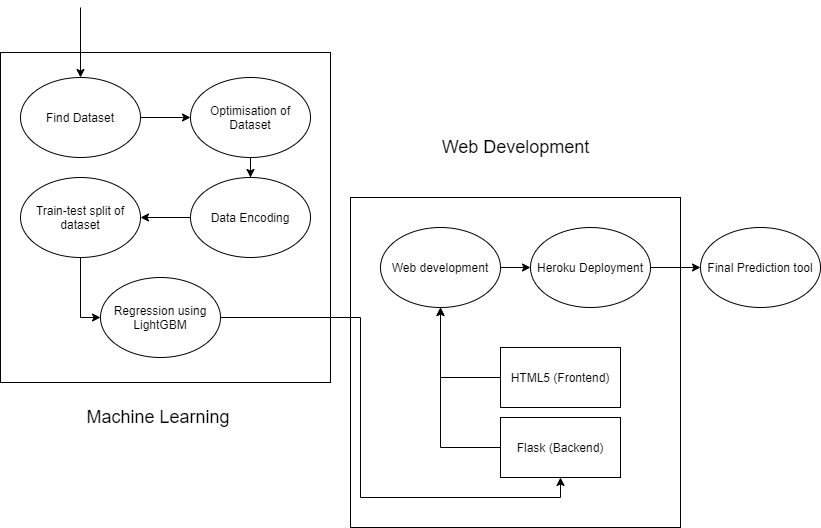
Before: Design.png, a diagram exported from draw.io (Arjun-Gopinath/Price-Foreteller-for-Preowned-Cars). Source tidied: cells renumbered, new cells last; positions are measured from the earlier drawing's top-left corner, leaving out a move shared by most shapes.
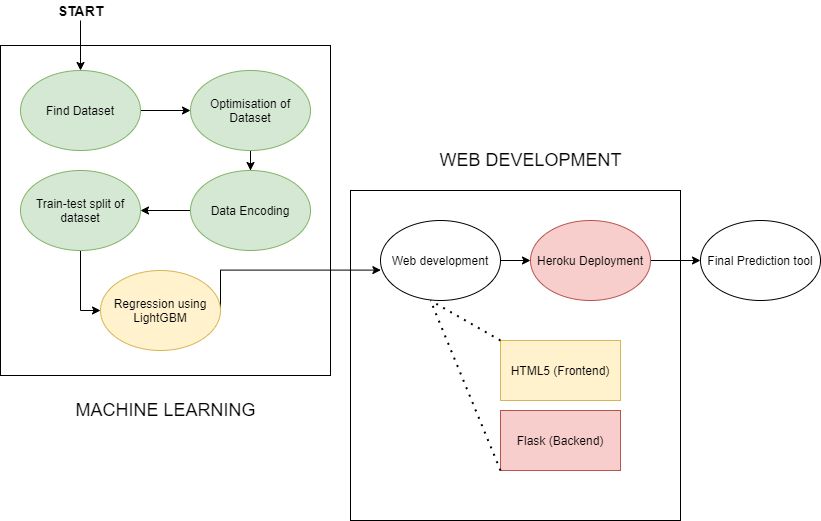
The same file after the commit.

What changed in the source:
```diff
@@ -11,31 +11,35 @@
     <mxCell id="4" style="edgeStyle=orthogonalEdgeStyle;rounded=0;jettySize=auto;html=1;" parent="1" edge="1" source="5" target="7">
       <mxGeometry relative="1" as="geometry" />
     </mxCell>
-    <mxCell id="5" value="Find Dataset" style="ellipse;whiteSpace=wrap;html=1;" parent="1" vertex="1">
+    <mxCell id="5" value="Find Dataset" style="ellipse;whiteSpace=wrap;html=1;fillColor=#d5e8d4;strokeColor=#82b366;" parent="1" vertex="1">
       <mxGeometry x="20" y="70" width="120" height="80" as="geometry" />
     </mxCell>
     <mxCell id="6" style="edgeStyle=orthogonalEdgeStyle;rounded=0;jettySize=auto;html=1;" parent="1" edge="1" source="7" target="9">
       <mxGeometry relative="1" as="geometry" />
     </mxCell>
-    <mxCell id="7" value="Optimisation of Dataset&lt;span style=&quot;color: rgba(0 , 0 , 0 , 0) ; font-family: monospace ; font-size: 0px&quot;&gt;%3CmxGraphModel%3E%3Croot%3E%3CmxCell%20id%3D%220%22%2F%3E%3CmxCell%20id%3D%221%22%20parent%3D%220%22%2F%3E%3CmxCell%20id%3D%222%22%20value%3D%22Find%20Dataset%22%20style%3D%22ellipse%3BwhiteSpace%3Dwrap%3Bhtml%3D1%3B%22%20vertex%3D%221%22%20parent%3D%221%22%3E%3CmxGeometry%20x%3D%22125%22%20y%3D%2280%22%20width%3D%22120%22%20height%3D%2280%22%20as%3D%22geometry%22%2F%3E%3C%2FmxCell%3E%3C%2Froot%3E%3C%2FmxGraphModel%3E&lt;/span&gt;" style="ellipse;whiteSpace=wrap;html=1;" parent="1" vertex="1">
+    <mxCell id="7" value="Optimisation of Dataset&lt;span style=&quot;color: rgba(0 , 0 , 0 , 0) ; font-family: monospace ; font-size: 0px&quot;&gt;%3CmxGraphModel%3E%3Croot%3E%3CmxCell%20id%3D%220%22%2F%3E%3CmxCell%20id%3D%221%22%20parent%3D%220%22%2F%3E%3CmxCell%20id%3D%222%22%20value%3D%22Find%20Dataset%22%20style%3D%22ellipse%3BwhiteSpace%3Dwrap%3Bhtml%3D1%3B%22%20vertex%3D%221%22%20parent%3D%221%22%3E%3CmxGeometry%20x%3D%22125%22%20y%3D%2280%22%20width%3D%22120%22%20height%3D%2280%22%20as%3D%22geometry%22%2F%3E%3C%2FmxCell%3E%3C%2Froot%3E%3C%2FmxGraphModel%3E&lt;/span&gt;" style="ellipse;whiteSpace=wrap;html=1;fillColor=#d5e8d4;strokeColor=#82b366;" parent="1" vertex="1">
       <mxGeometry x="190" y="70" width="120" height="80" as="geometry" />
     </mxCell>
     <mxCell id="8" style="edgeStyle=orthogonalEdgeStyle;rounded=0;jettySize=auto;html=1;entryX=1;entryY=0.5;entryDx=0;entryDy=0;" parent="1" edge="1" source="9" target="11">
       <mxGeometry relative="1" as="geometry" />
     </mxCell>
-    <mxCell id="9" value="Data Encoding" style="ellipse;whiteSpace=wrap;html=1;" parent="1" vertex="1">
+    <mxCell id="9" value="Data Encoding" style="ellipse;whiteSpace=wrap;html=1;fillColor=#d5e8d4;strokeColor=#82b366;" parent="1" vertex="1">
       <mxGeometry x="190" y="170" width="120" height="80" as="geometry" />
     </mxCell>
     <mxCell id="10" style="edgeStyle=orthogonalEdgeStyle;rounded=0;jettySize=auto;html=1;entryX=0;entryY=0.5;entryDx=0;entryDy=0;" parent="1" edge="1" source="11" target="13">
       <mxGeometry relative="1" as="geometry" />
     </mxCell>
-    <mxCell id="11" value="Train-test split of dataset" style="ellipse;whiteSpace=wrap;html=1;" parent="1" vertex="1">
+    <mxCell id="11" value="Train-test split of dataset" style="ellipse;whiteSpace=wrap;html=1;fillColor=#d5e8d4;strokeColor=#82b366;" parent="1" vertex="1">
       <mxGeometry x="20" y="170" width="120" height="80" as="geometry" />
     </mxCell>
-    <mxCell id="12" style="edgeStyle=orthogonalEdgeStyle;rounded=0;jettySize=auto;html=1;exitX=1;exitY=0.5;exitDx=0;exitDy=0;entryX=0.5;entryY=1;entryDx=0;entryDy=0;" parent="1" edge="1" source="13" target="21">
-      <mxGeometry relative="1" as="geometry" />
+    <mxCell id="12" style="edgeStyle=orthogonalEdgeStyle;rounded=0;jettySize=auto;html=1;exitX=1;exitY=0.5;exitDx=0;exitDy=0;entryX=0.003;entryY=0.62;entryDx=0;entryDy=0;entryPerimeter=0;" parent="1" edge="1" source="13" target="15">
+      <mxGeometry relative="1" as="geometry">
+        <Array as="points">
+          <mxPoint x="220" y="270" />
+        </Array>
+      </mxGeometry>
     </mxCell>
-    <mxCell id="13" value="Regression using LightGBM" style="ellipse;whiteSpace=wrap;html=1;" parent="1" vertex="1">
+    <mxCell id="13" value="Regression using LightGBM" style="ellipse;whiteSpace=wrap;html=1;fillColor=#fff2cc;strokeColor=#d6b656;" parent="1" vertex="1">
       <mxGeometry x="100" y="270" width="120" height="80" as="geometry" />
     </mxCell>
     <mxCell id="14" style="edgeStyle=orthogonalEdgeStyle;rounded=0;jettySize=auto;html=1;" parent="1" edge="1" source="15" target="23">
@@ -44,30 +48,22 @@
     <mxCell id="15" value="Web development" style="ellipse;whiteSpace=wrap;html=1;" parent="1" vertex="1">
       <mxGeometry x="380" y="220" width="120" height="80" as="geometry" />
     </mxCell>
-    <mxCell id="16" value="&lt;font style=&quot;font-size: 18px&quot;&gt;Machine Learning&amp;nbsp;&lt;/font&gt;" style="text;html=1;align=center;verticalAlign=middle;" parent="1" vertex="1">
-      <mxGeometry x="80" y="400" width="160" height="20" as="geometry" />
+    <mxCell id="16" value="&lt;font style=&quot;font-size: 18px&quot;&gt;MACHINE LEARNING&lt;br&gt;&lt;/font&gt;" style="text;html=1;align=center;verticalAlign=middle;" parent="1" vertex="1">
+      <mxGeometry x="65" y="400" width="200" height="20" as="geometry" />
     </mxCell>
-    <mxCell id="17" value="&lt;font style=&quot;font-size: 18px&quot;&gt;Web Development&lt;/font&gt;" style="text;html=1;align=center;verticalAlign=middle;" parent="1" vertex="1">
-      <mxGeometry x="435" y="130" width="160" height="20" as="geometry" />
+    <mxCell id="17" value="&lt;font style=&quot;font-size: 18px&quot;&gt;WEB DEVELOPMENT&lt;/font&gt;" style="text;html=1;align=center;verticalAlign=middle;" parent="1" vertex="1">
+      <mxGeometry x="430" y="150" width="200" height="20" as="geometry" />
     </mxCell>
-    <mxCell id="18" style="edgeStyle=orthogonalEdgeStyle;rounded=0;jettySize=auto;html=1;exitX=0;exitY=0.5;exitDx=0;exitDy=0;" parent="1" edge="1" source="19">
-      <mxGeometry relative="1" as="geometry">
-        <mxPoint x="440" y="300" as="targetPoint" />
-      </mxGeometry>
-    </mxCell>
-    <mxCell id="19" value="HTML5 (Frontend)" style="rounded=0;whiteSpace=wrap;html=1;" parent="1" vertex="1">
+    <mxCell id="19" value="HTML5 (Frontend)" style="rounded=0;whiteSpace=wrap;html=1;fillColor=#fff2cc;strokeColor=#d6b656;" parent="1" vertex="1">
       <mxGeometry x="500" y="340" width="120" height="60" as="geometry" />
     </mxCell>
-    <mxCell id="20" style="edgeStyle=orthogonalEdgeStyle;rounded=0;jettySize=auto;html=1;exitX=0;exitY=0.5;exitDx=0;exitDy=0;entryX=0.5;entryY=1;entryDx=0;entryDy=0;" parent="1" edge="1" source="21" target="15">
-      <mxGeometry relative="1" as="geometry" />
-    </mxCell>
-    <mxCell id="21" value="Flask (Backend)" style="rounded=0;whiteSpace=wrap;html=1;" parent="1" vertex="1">
+    <mxCell id="21" value="Flask (Backend)" style="rounded=0;whiteSpace=wrap;html=1;fillColor=#f8cecc;strokeColor=#b85450;" parent="1" vertex="1">
       <mxGeometry x="500" y="410" width="120" height="60" as="geometry" />
     </mxCell>
     <mxCell id="22" style="edgeStyle=orthogonalEdgeStyle;rounded=0;jettySize=auto;html=1;" parent="1" edge="1" source="23" target="24">
       <mxGeometry relative="1" as="geometry" />
     </mxCell>
-    <mxCell id="23" value="Heroku Deployment" style="ellipse;whiteSpace=wrap;html=1;" parent="1" vertex="1">
+    <mxCell id="23" value="Heroku Deployment" style="ellipse;whiteSpace=wrap;html=1;fillColor=#f8cecc;strokeColor=#b85450;" parent="1" vertex="1">
       <mxGeometry x="530" y="220" width="120" height="80" as="geometry" />
     </mxCell>
     <mxCell id="24" value="Final Prediction tool" style="ellipse;whiteSpace=wrap;html=1;" parent="1" vertex="1">
@@ -75,8 +71,21 @@
     </mxCell>
     <mxCell id="25" style="endArrow=classic;html=1;" parent="1" edge="1" target="5">
       <mxGeometry relative="1" as="geometry">
-        <mxPoint x="80" as="sourcePoint" />
+        <mxPoint x="80" y="20" as="sourcePoint" />
       </mxGeometry>
     </mxCell>
+    <mxCell id="26" value="&lt;b&gt;&lt;font style=&quot;font-size: 14px&quot;&gt;START&lt;/font&gt;&lt;/b&gt;" style="text;html=1;align=center;verticalAlign=middle;" parent="1" vertex="1">
+      <mxGeometry x="50" width="60" height="20" as="geometry" />
+    </mxCell>
+    <mxCell id="27" style="endArrow=none;dashed=1;html=1;dashPattern=1 3;strokeWidth=2;exitX=0;exitY=1;exitDx=0;exitDy=0;" parent="1" edge="1" source="21">
+      <mxGeometry relative="1" as="geometry">
+        <mxPoint x="430" y="300" as="targetPoint" />
+      </mxGeometry>
+    </mxCell>
+    <mxCell id="28" style="endArrow=none;dashed=1;html=1;dashPattern=1 3;strokeWidth=2;exitX=0;exitY=0;exitDx=0;exitDy=0;" parent="1" edge="1" source="19">
+      <mxGeometry relative="1" as="geometry">
+        <mxPoint x="430" y="300" as="targetPoint" />
+      </mxGeometry>
+    </mxCell>
   </root>
 </mxGraphModel>
```
